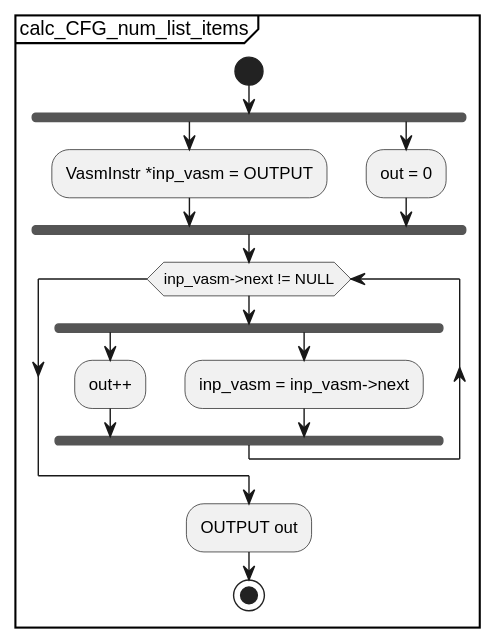
Earlier version of the PlantUML export docs/UML/Control_Flow_Graph_Generation_Scheme/submodules/svg/calc_CFG_num_list_items.svg (KeithCBrett/Python-Compiler). Source of this version:
```plantuml
@startuml
partition calc_CFG_num_list_items {
    start
    fork
        :VasmInstr *inp_vasm = OUTPUT;
    fork again
        :out = 0;
    fork end
    while (inp_vasm->next != NULL)
        fork
            :out++;
        fork again
            :inp_vasm = inp_vasm->next;
        fork end
    endwhile
    :OUTPUT out;
    stop
}
@enduml
```
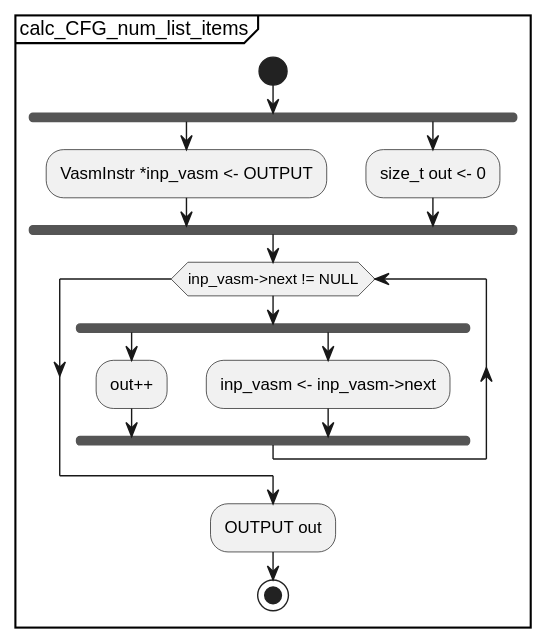
After the change.

The edit, as a diff of the source:
```diff
@@ -1,19 +1,19 @@
 @startuml
 partition calc_CFG_num_list_items {
-    start
-    fork
-        :VasmInstr *inp_vasm = OUTPUT;
-    fork again
-        :out = 0;
-    fork end
-    while (inp_vasm->next != NULL)
-        fork
-            :out++;
-        fork again
-            :inp_vasm = inp_vasm->next;
-        fork end
-    endwhile
-    :OUTPUT out;
-    stop
+	start
+	fork
+		:VasmInstr *inp_vasm <- OUTPUT;
+	fork again
+		:size_t out <- 0;
+	fork end
+	while (inp_vasm->next != NULL)
+		fork
+			:out++;
+		fork again
+			:inp_vasm <- inp_vasm->next;
+		fork end
+	endwhile
+	:OUTPUT out;
+	stop
 }
 @enduml
```
